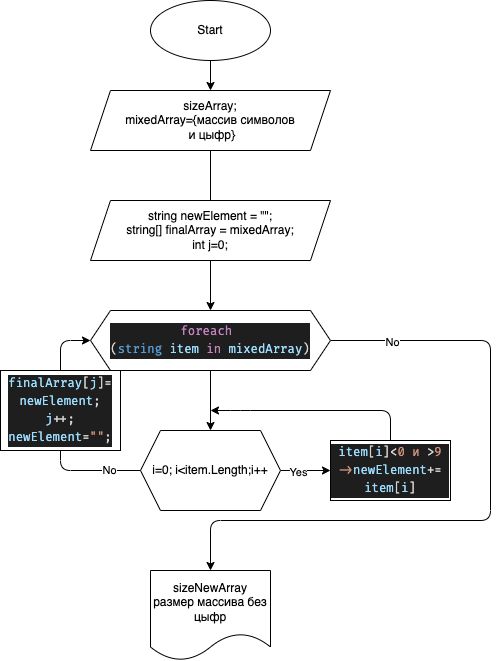
Earlier version of the draw.io export diagram.drawio.png (belkst/verification_work_c). Source tidied: cells renumbered, new cells last; positions are measured from the earlier drawing's top-left corner, leaving out a move shared by most shapes.
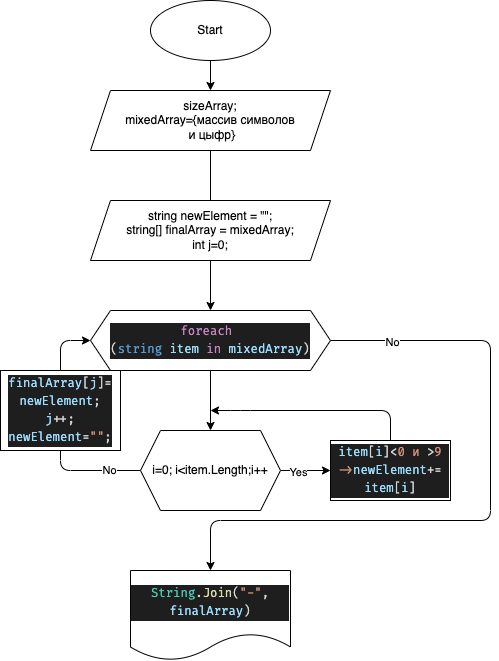
Later version of the same file.

Commit message:
Допилил диаграмму

What changed in the source:
```diff
@@ -81,8 +81,8 @@
     <mxCell id="18" value="&lt;div style=&quot;color: rgb(212 , 212 , 212) ; background-color: rgb(30 , 30 , 30) ; font-family: &amp;#34;fira code&amp;#34; , &amp;#34;consolas&amp;#34; , &amp;#34;courier new&amp;#34; , monospace , &amp;#34;menlo&amp;#34; , &amp;#34;monaco&amp;#34; , &amp;#34;courier new&amp;#34; , monospace ; line-height: 18px&quot;&gt;&lt;span style=&quot;color: #9cdcfe&quot;&gt;item&lt;/span&gt;[&lt;span style=&quot;color: #9cdcfe&quot;&gt;i&lt;/span&gt;]&amp;lt;&lt;span style=&quot;color: #ce9178&quot;&gt;0 и&amp;nbsp;&lt;/span&gt;&amp;gt;&lt;span style=&quot;color: #ce9178&quot;&gt;9 -&amp;gt;&lt;/span&gt;&lt;span style=&quot;color: rgb(156 , 220 , 254)&quot;&gt;newElement&lt;/span&gt;&lt;span&gt;+=&lt;/span&gt;&lt;span&gt; &lt;/span&gt;&lt;span style=&quot;color: rgb(156 , 220 , 254)&quot;&gt;item&lt;/span&gt;&lt;span&gt;[&lt;/span&gt;&lt;span style=&quot;color: rgb(156 , 220 , 254)&quot;&gt;i&lt;/span&gt;&lt;span&gt;]&lt;/span&gt;&lt;/div&gt;" style="whiteSpace=wrap;html=1;" parent="1" vertex="1">
       <mxGeometry x="330" y="440" width="120" height="60" as="geometry" />
     </mxCell>
-    <mxCell id="19" value="&lt;span&gt;sizeNewArray&lt;br&gt;размер массива без цыфр&lt;br&gt;&lt;/span&gt;" style="shape=document;whiteSpace=wrap;html=1;boundedLbl=1;" parent="1" vertex="1">
-      <mxGeometry x="150" y="570" width="120" height="90" as="geometry" />
+    <mxCell id="19" value="&lt;div style=&quot;color: rgb(212 , 212 , 212) ; background-color: rgb(30 , 30 , 30) ; font-family: &amp;#34;fira code&amp;#34; , &amp;#34;consolas&amp;#34; , &amp;#34;courier new&amp;#34; , monospace , &amp;#34;menlo&amp;#34; , &amp;#34;monaco&amp;#34; , &amp;#34;courier new&amp;#34; , monospace ; line-height: 18px&quot;&gt;&lt;span style=&quot;color: #4ec9b0&quot;&gt;String&lt;/span&gt;.&lt;span style=&quot;color: #dcdcaa&quot;&gt;Join&lt;/span&gt;(&lt;span style=&quot;color: #ce9178&quot;&gt;&quot;-&quot;&lt;/span&gt;, &lt;span style=&quot;color: #9cdcfe&quot;&gt;finalArray&lt;/span&gt;)&lt;/div&gt;" style="shape=document;whiteSpace=wrap;html=1;boundedLbl=1;" parent="1" vertex="1">
+      <mxGeometry x="130" y="570" width="160" height="90" as="geometry" />
     </mxCell>
     <mxCell id="20" value="string newElement = &quot;&quot;;&lt;br&gt;string[] finalArray = mixedArray;&lt;br&gt;int j=0;" style="shape=parallelogram;perimeter=parallelogramPerimeter;whiteSpace=wrap;html=1;fixedSize=1;" parent="1" vertex="1">
       <mxGeometry x="90" y="200" width="240" height="60" as="geometry" />
```
